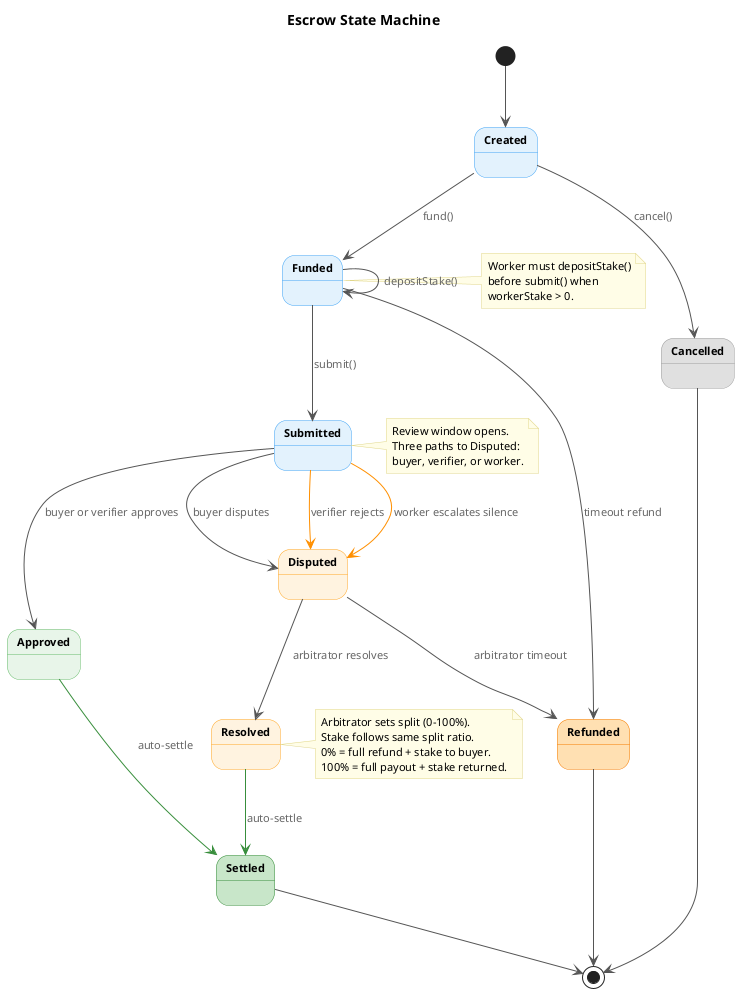
Above: docs/diagrams/state-machine.png in eddiefleurent/agent-escrow (PlantUML), before the change. The source it was exported from:
```plantuml
@startuml state-machine
skinparam backgroundColor #FFFFFF
skinparam defaultFontName "Helvetica"
skinparam defaultFontSize 13
skinparam shadowing false
skinparam ArrowColor #555555
skinparam ArrowFontSize 11
skinparam ArrowFontColor #666666

skinparam state {
  FontSize 14
  FontStyle bold
  AttributeFontSize 11
}

skinparam note {
  BackgroundColor #FFFDE7
  BorderColor #E0D68A
  FontSize 11
}

title Escrow State Machine

state Created #E3F2FD ##42A5F5
state Funded #E3F2FD ##42A5F5
state Submitted #E3F2FD ##42A5F5
state Approved #E8F5E9 ##66BB6A
state Disputed #FFF3E0 ##FFA726
state Resolved #FFF3E0 ##FFA726

state Settled #C8E6C9 ##388E3C
state Refunded #FFE0B2 ##F57C00
state Cancelled #E0E0E0 ##9E9E9E

[*] --> Created

Created --> Funded : fund()
Created --> Cancelled : cancel()

Funded --> Funded : depositStake()
Funded --> Submitted : submit()
Funded --> Refunded : timeout refund

Submitted --> Approved : buyer or verifier approves
Submitted --> Disputed : buyer disputes
Submitted -[#FF8F00]-> Disputed : verifier rejects
Submitted -[#FF8F00]-> Disputed : worker escalates silence

Disputed --> Resolved : arbitrator resolves
Disputed --> Refunded : arbitrator timeout

Approved -[#388E3C]-> Settled : auto-settle
Resolved -[#388E3C]-> Settled : auto-settle

Cancelled --> [*]
Refunded --> [*]
Settled --> [*]

note right of Funded
  Worker must depositStake()
  before submit() when
  workerStake > 0.
end note

note right of Submitted
  Review window opens.
  Three paths to Disputed:
  buyer, verifier, or worker.
end note

note right of Resolved
  Arbitrator sets split (0-100%).
  Stake follows same split ratio.
  0% = full refund + stake to buyer.
  100% = full payout + stake returned.
end note

@enduml
```
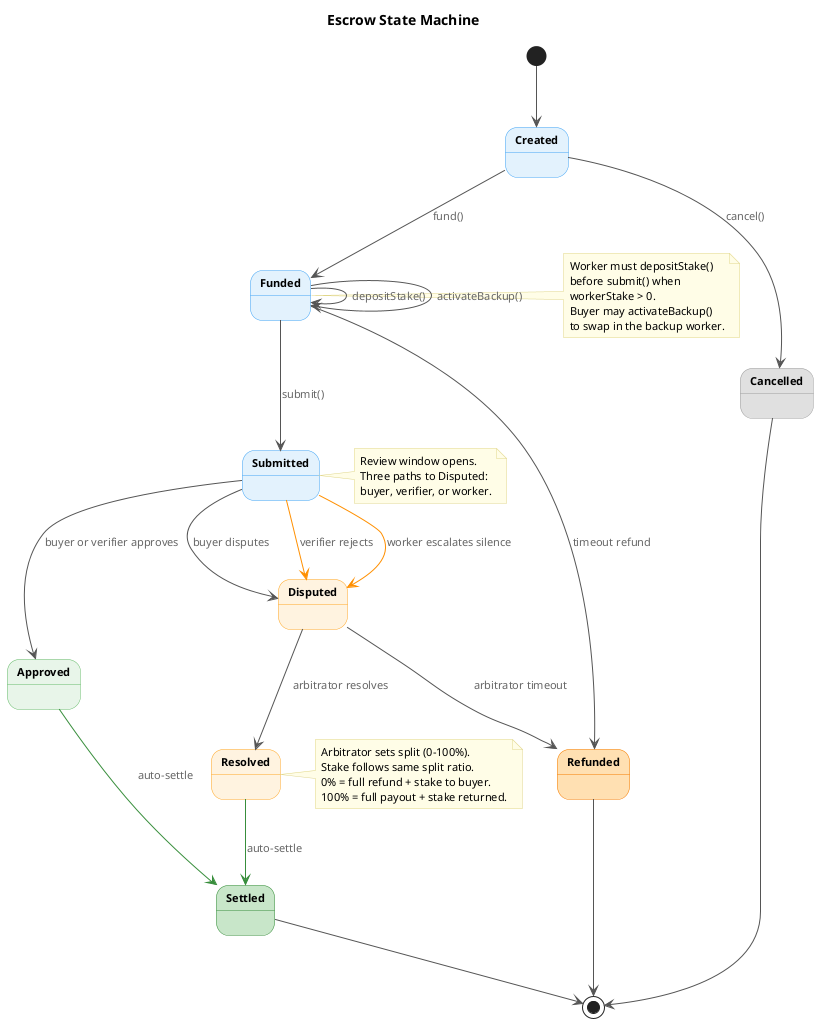
Later version of the same file.

What changed in the source:
```diff
@@ -38,6 +38,7 @@
 Created --> Cancelled : cancel()
 
 Funded --> Funded : depositStake()
+Funded --> Funded : activateBackup()
 Funded --> Submitted : submit()
 Funded --> Refunded : timeout refund
 
@@ -60,6 +61,8 @@
   Worker must depositStake()
   before submit() when
   workerStake > 0.
+  Buyer may activateBackup()
+  to swap in the backup worker.
 end note
 
 note right of Submitted
```
